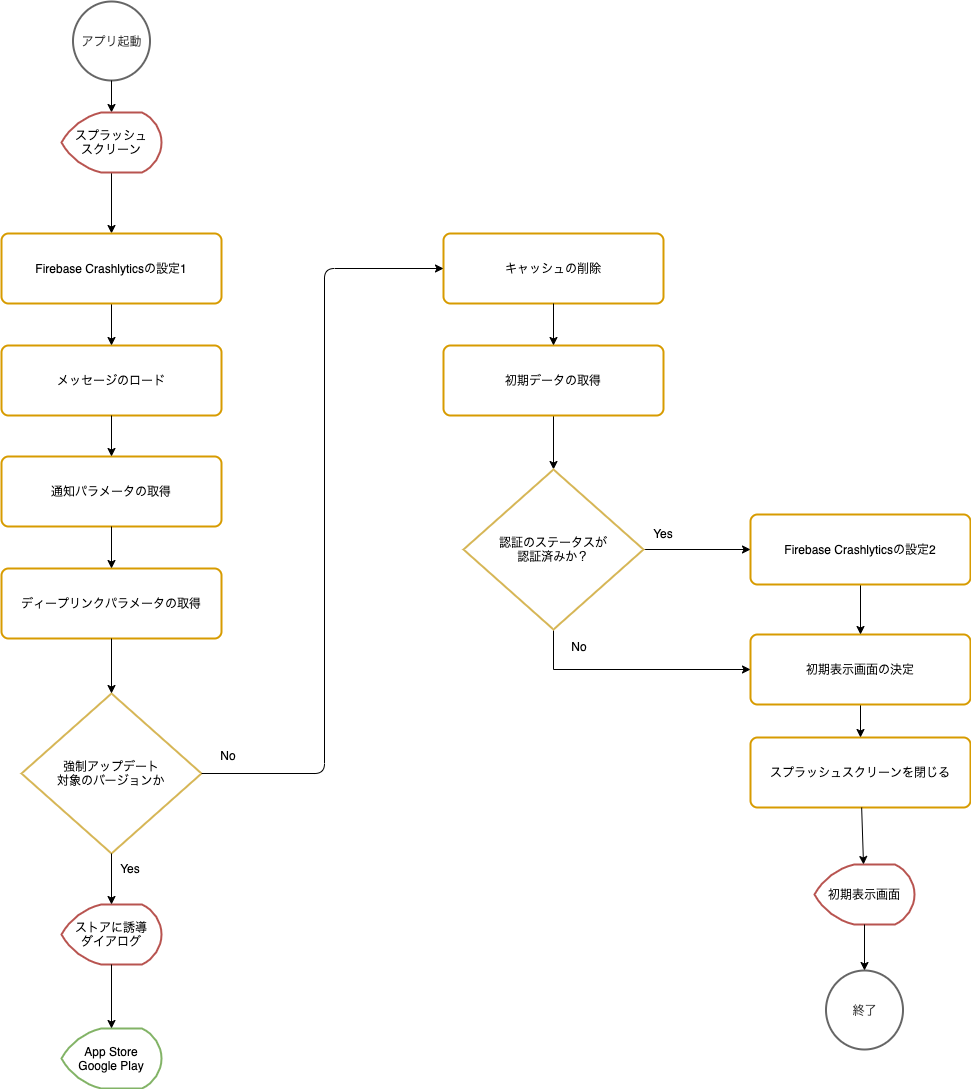
ws-4020/mobile-app-crib-notes keeps this draw.io diagram as website/docs/react-native/santoku/application-architecture/life-cycle-management/initialization-flow.drawio.png. Above is the earlier version. Source tidied: cells renumbered, new cells last; positions are measured from the earlier drawing's top-left corner, leaving out a move shared by most shapes.
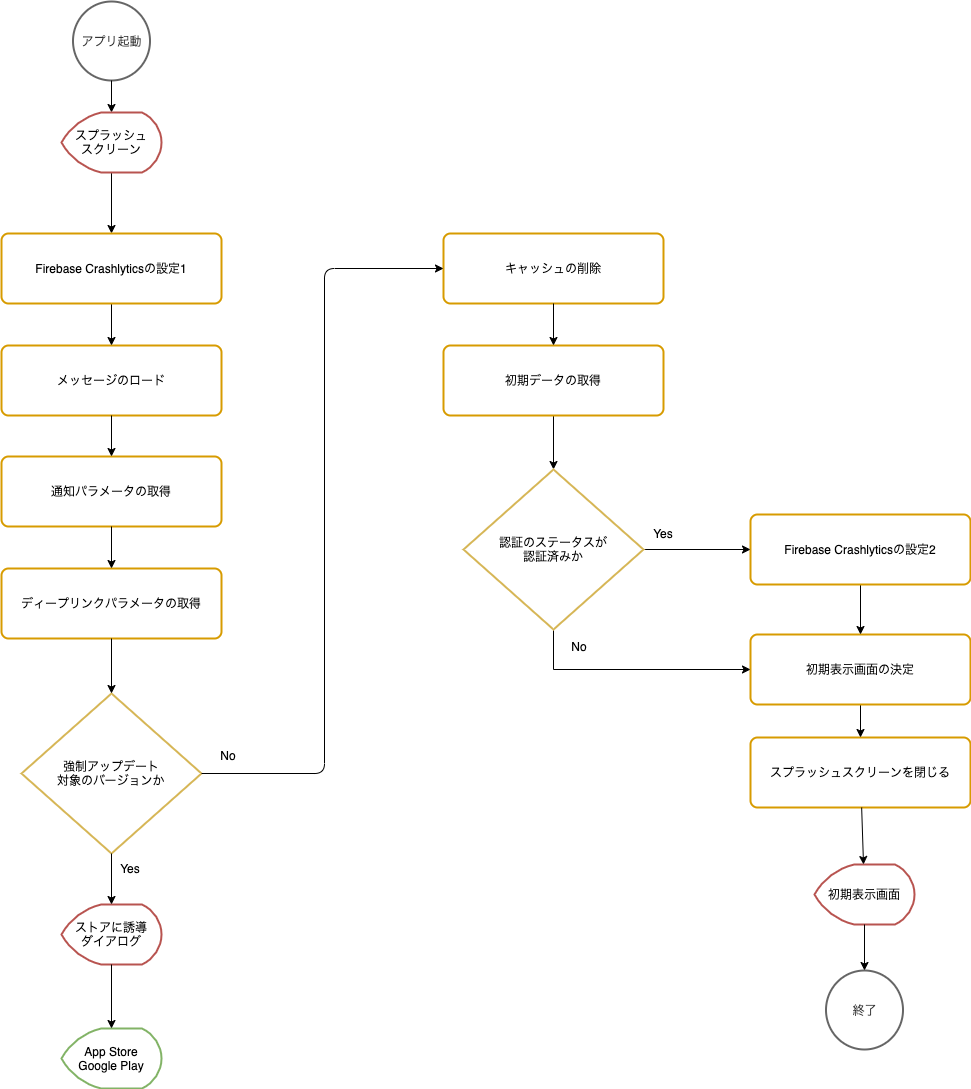
The same file after the commit.

Diff of the diagram source:
```diff
@@ -116,7 +116,7 @@
         </Array>
       </mxGeometry>
     </mxCell>
-    <mxCell id="37" value="認証のステータスが&lt;br&gt;認証済みか？" style="strokeWidth=2;html=1;shape=mxgraph.flowchart.decision;whiteSpace=wrap;verticalAlign=middle;strokeColor=#d6b656;" parent="1" vertex="1">
+    <mxCell id="37" value="認証のステータスが&lt;br&gt;認証済みか" style="strokeWidth=2;html=1;shape=mxgraph.flowchart.decision;whiteSpace=wrap;verticalAlign=middle;strokeColor=#d6b656;" parent="1" vertex="1">
       <mxGeometry x="462" y="468" width="180" height="160" as="geometry" />
     </mxCell>
     <mxCell id="38" value="No" style="text;html=1;strokeColor=none;fillColor=none;align=center;verticalAlign=middle;whiteSpace=wrap;rounded=0;" parent="1" vertex="1">
```
